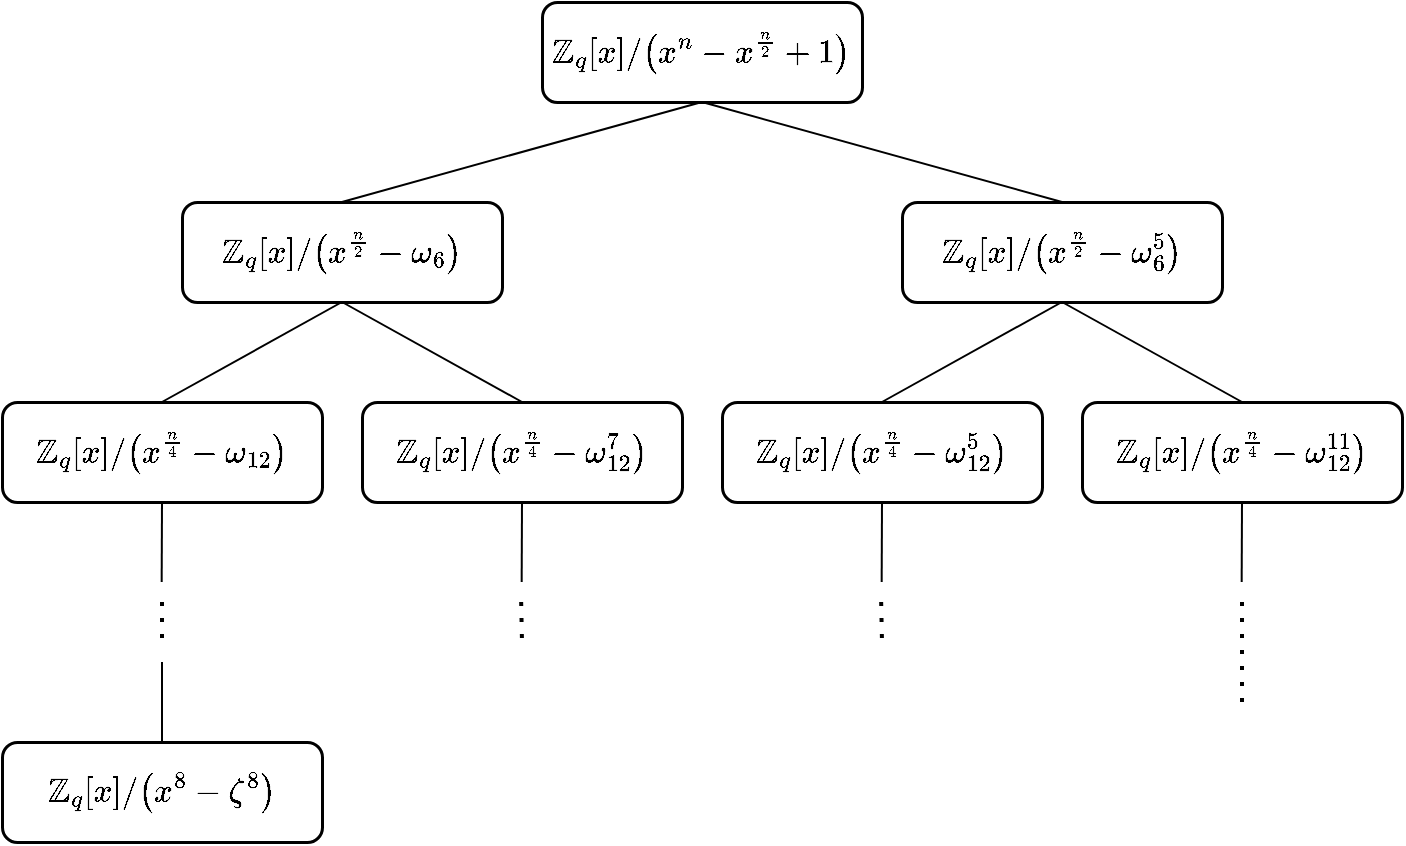
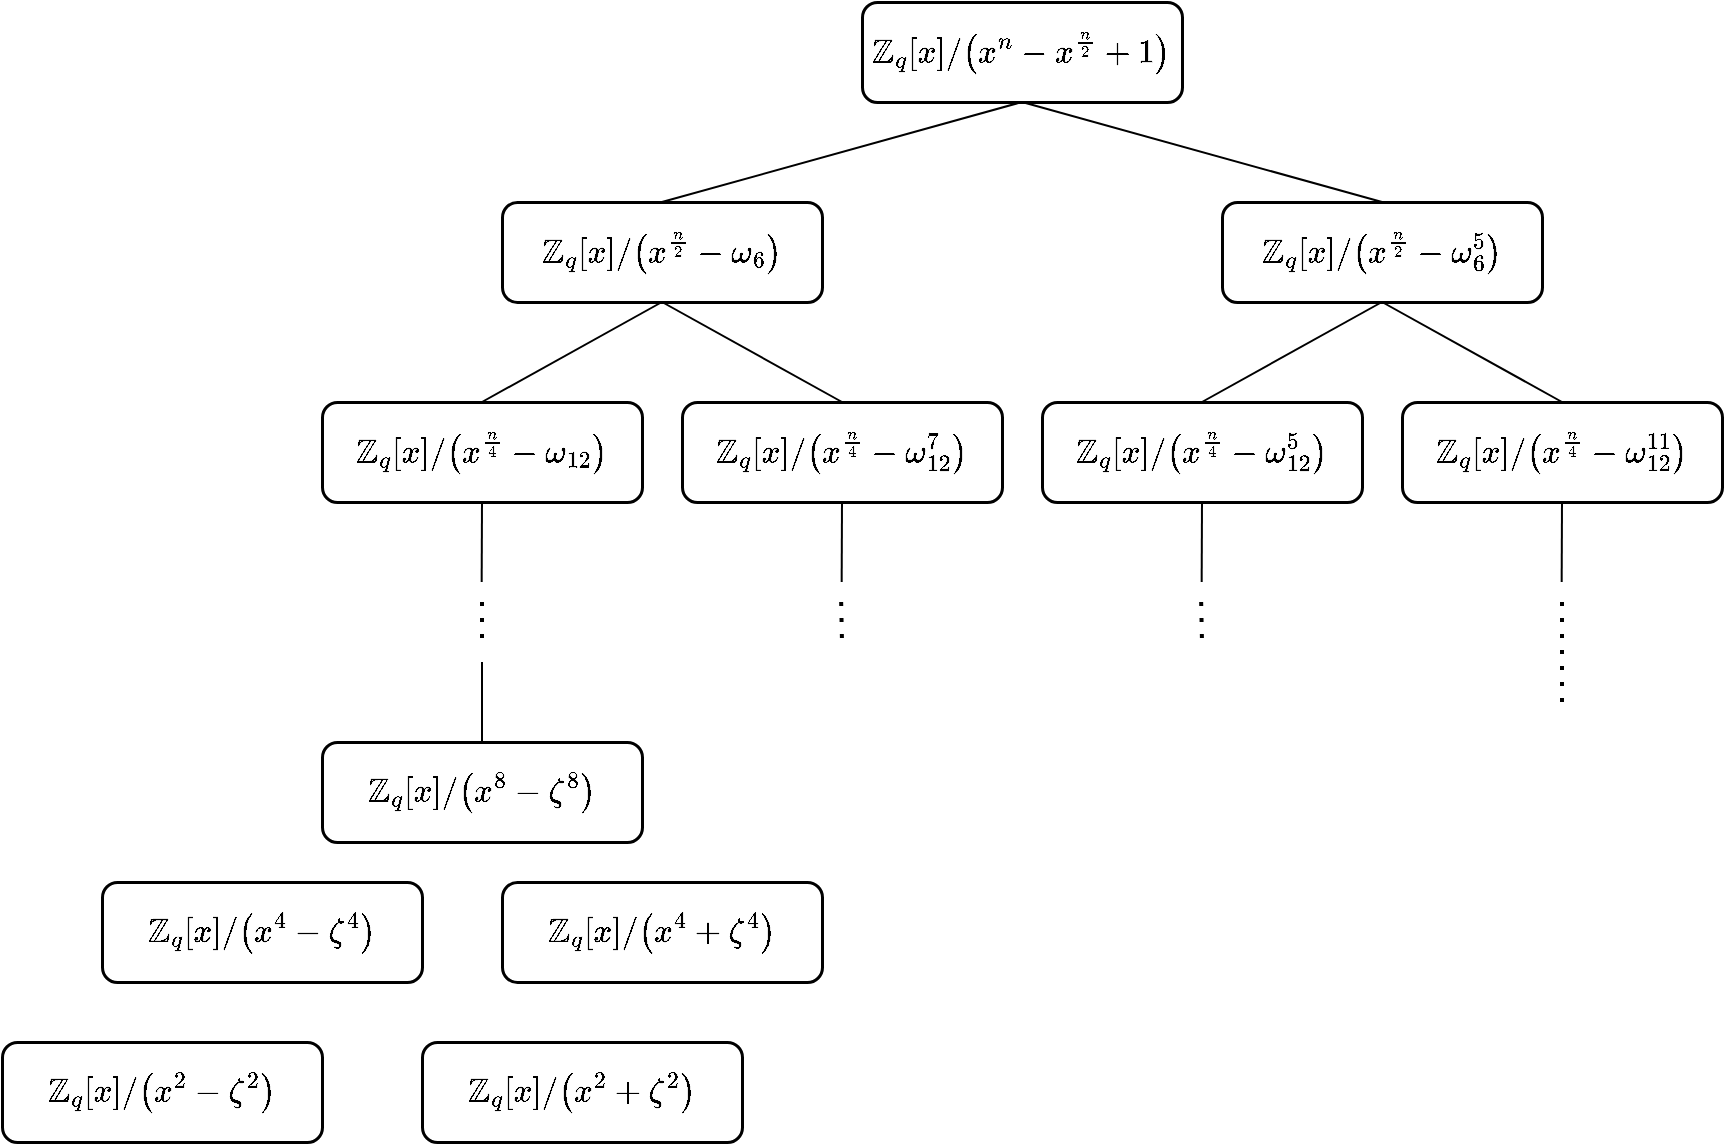
<mxfile host="app.diagrams.net">
  <diagram name="第 1 页" id="r_cadCLkMDmKBiWyYnG-">
    <mxGraphModel dx="1095" dy="708" grid="1" gridSize="10" guides="1" tooltips="1" connect="1" arrows="1" fold="1" page="1" pageScale="1" pageWidth="1600" pageHeight="900" math="1" shadow="0">
      <root>
        <mxCell id="0" />
        <mxCell id="1" parent="0" />
        <mxCell id="RMBLcs9uN_SKzhUv9nPz-4" edge="1" parent="1" style="rounded=0;orthogonalLoop=1;jettySize=auto;html=1;exitX=0.5;exitY=1;exitDx=0;exitDy=0;entryX=0.5;entryY=0;entryDx=0;entryDy=0;endArrow=none;endFill=0;" target="RMBLcs9uN_SKzhUv9nPz-11">
          <mxGeometry relative="1" as="geometry">
            <mxPoint x="620" y="190" as="sourcePoint" />
          </mxGeometry>
        </mxCell>
        <mxCell id="RMBLcs9uN_SKzhUv9nPz-5" edge="1" parent="1" style="edgeStyle=none;shape=connector;rounded=0;orthogonalLoop=1;jettySize=auto;html=1;exitX=0.5;exitY=1;exitDx=0;exitDy=0;entryX=0.5;entryY=0;entryDx=0;entryDy=0;strokeColor=default;align=center;verticalAlign=middle;fontFamily=Helvetica;fontSize=11;fontColor=default;labelBackgroundColor=default;endArrow=none;endFill=0;" target="RMBLcs9uN_SKzhUv9nPz-13">
          <mxGeometry relative="1" as="geometry">
            <mxPoint x="620" y="190" as="sourcePoint" />
          </mxGeometry>
        </mxCell>
        <mxCell id="RMBLcs9uN_SKzhUv9nPz-7" edge="1" parent="1" style="edgeStyle=none;shape=connector;rounded=0;orthogonalLoop=1;jettySize=auto;html=1;exitX=0.5;exitY=1;exitDx=0;exitDy=0;entryX=0.5;entryY=0;entryDx=0;entryDy=0;strokeColor=default;align=center;verticalAlign=middle;fontFamily=Helvetica;fontSize=11;fontColor=default;labelBackgroundColor=default;endArrow=none;endFill=0;" target="RMBLcs9uN_SKzhUv9nPz-15">
          <mxGeometry relative="1" as="geometry">
            <mxPoint x="980" y="190" as="sourcePoint" />
          </mxGeometry>
        </mxCell>
        <mxCell id="RMBLcs9uN_SKzhUv9nPz-8" edge="1" parent="1" style="edgeStyle=none;shape=connector;rounded=0;orthogonalLoop=1;jettySize=auto;html=1;exitX=0.5;exitY=1;exitDx=0;exitDy=0;entryX=0.5;entryY=0;entryDx=0;entryDy=0;strokeColor=default;align=center;verticalAlign=middle;fontFamily=Helvetica;fontSize=11;fontColor=default;labelBackgroundColor=default;endArrow=none;endFill=0;" target="RMBLcs9uN_SKzhUv9nPz-17">
          <mxGeometry relative="1" as="geometry">
            <mxPoint x="980" y="190" as="sourcePoint" />
          </mxGeometry>
        </mxCell>
        <mxCell id="RMBLcs9uN_SKzhUv9nPz-10" edge="1" parent="1" source="RMBLcs9uN_SKzhUv9nPz-11" style="edgeStyle=none;shape=connector;rounded=0;orthogonalLoop=1;jettySize=auto;html=1;exitX=0.5;exitY=1;exitDx=0;exitDy=0;strokeColor=default;align=center;verticalAlign=middle;fontFamily=Helvetica;fontSize=11;fontColor=default;labelBackgroundColor=default;endArrow=none;endFill=0;">
          <mxGeometry relative="1" as="geometry">
            <mxPoint x="529.8333333333335" y="330" as="targetPoint" />
          </mxGeometry>
        </mxCell>
        <mxCell id="RMBLcs9uN_SKzhUv9nPz-11" parent="1" style="rounded=1;whiteSpace=wrap;html=1;strokeWidth=1.5;fontSize=14;" value="`\mathbb{Z}_{q} [x] \/ (x^{n/4} - \omega_12)`" vertex="1">
          <mxGeometry height="50" width="160" x="450" y="240" as="geometry" />
        </mxCell>
        <mxCell id="RMBLcs9uN_SKzhUv9nPz-12" edge="1" parent="1" source="RMBLcs9uN_SKzhUv9nPz-13" style="edgeStyle=none;shape=connector;rounded=0;orthogonalLoop=1;jettySize=auto;html=1;exitX=0.5;exitY=1;exitDx=0;exitDy=0;strokeColor=default;align=center;verticalAlign=middle;fontFamily=Helvetica;fontSize=11;fontColor=default;labelBackgroundColor=default;endArrow=none;endFill=0;">
          <mxGeometry relative="1" as="geometry">
            <mxPoint x="709.8333333333335" y="330" as="targetPoint" />
          </mxGeometry>
        </mxCell>
        <mxCell id="RMBLcs9uN_SKzhUv9nPz-13" parent="1" style="rounded=1;whiteSpace=wrap;html=1;strokeWidth=1.5;fontSize=14;" value="`\mathbb{Z}_{q} [x] \/ (x^{n/4} - \omega_{12}^{7})`" vertex="1">
          <mxGeometry height="50" width="160" x="630" y="240" as="geometry" />
        </mxCell>
        <mxCell id="RMBLcs9uN_SKzhUv9nPz-14" edge="1" parent="1" source="RMBLcs9uN_SKzhUv9nPz-15" style="edgeStyle=none;shape=connector;rounded=0;orthogonalLoop=1;jettySize=auto;html=1;exitX=0.5;exitY=1;exitDx=0;exitDy=0;strokeColor=default;align=center;verticalAlign=middle;fontFamily=Helvetica;fontSize=11;fontColor=default;labelBackgroundColor=default;endArrow=none;endFill=0;">
          <mxGeometry relative="1" as="geometry">
            <mxPoint x="889.8333333333335" y="330" as="targetPoint" />
          </mxGeometry>
        </mxCell>
        <mxCell id="RMBLcs9uN_SKzhUv9nPz-15" parent="1" style="rounded=1;whiteSpace=wrap;html=1;strokeWidth=1.5;fontSize=14;" value="`\mathbb{Z}_{q} [x] \/ (x^{n/4} - \omega_{12}^{5})`" vertex="1">
          <mxGeometry height="50" width="160" x="810" y="240" as="geometry" />
        </mxCell>
        <mxCell id="RMBLcs9uN_SKzhUv9nPz-16" edge="1" parent="1" source="RMBLcs9uN_SKzhUv9nPz-17" style="edgeStyle=none;shape=connector;rounded=0;orthogonalLoop=1;jettySize=auto;html=1;exitX=0.5;exitY=1;exitDx=0;exitDy=0;strokeColor=default;align=center;verticalAlign=middle;fontFamily=Helvetica;fontSize=11;fontColor=default;labelBackgroundColor=default;endArrow=none;endFill=0;">
          <mxGeometry relative="1" as="geometry">
            <mxPoint x="1069.8333333333335" y="330" as="targetPoint" />
          </mxGeometry>
        </mxCell>
        <mxCell id="RMBLcs9uN_SKzhUv9nPz-17" parent="1" style="rounded=1;whiteSpace=wrap;html=1;strokeWidth=1.5;fontSize=14;" value="`\mathbb{Z}_{q} [x] \/ (x^{n/4} - \omega_{12}^{11})`" vertex="1">
          <mxGeometry height="50" width="160" x="990" y="240" as="geometry" />
        </mxCell>
        <mxCell id="RMBLcs9uN_SKzhUv9nPz-18" edge="1" parent="1" style="endArrow=none;dashed=1;html=1;dashPattern=1 3;strokeWidth=2;rounded=0;strokeColor=default;align=center;verticalAlign=middle;fontFamily=Helvetica;fontSize=11;fontColor=default;labelBackgroundColor=default;" value="">
          <mxGeometry height="50" relative="1" width="50" as="geometry">
            <mxPoint x="530" y="340" as="sourcePoint" />
            <mxPoint x="530" y="360" as="targetPoint" />
          </mxGeometry>
        </mxCell>
        <mxCell id="RMBLcs9uN_SKzhUv9nPz-19" edge="1" parent="1" style="endArrow=none;dashed=1;html=1;dashPattern=1 3;strokeWidth=2;rounded=0;strokeColor=default;align=center;verticalAlign=middle;fontFamily=Helvetica;fontSize=11;fontColor=default;labelBackgroundColor=default;" value="">
          <mxGeometry height="50" relative="1" width="50" as="geometry">
            <mxPoint x="709.5799999999999" y="340" as="sourcePoint" />
            <mxPoint x="710" y="360" as="targetPoint" />
          </mxGeometry>
        </mxCell>
        <mxCell id="RMBLcs9uN_SKzhUv9nPz-20" edge="1" parent="1" style="endArrow=none;dashed=1;html=1;dashPattern=1 3;strokeWidth=2;rounded=0;strokeColor=default;align=center;verticalAlign=middle;fontFamily=Helvetica;fontSize=11;fontColor=default;labelBackgroundColor=default;" value="">
          <mxGeometry height="50" relative="1" width="50" as="geometry">
            <mxPoint x="889.5799999999999" y="340" as="sourcePoint" />
            <mxPoint x="890" y="360" as="targetPoint" />
          </mxGeometry>
        </mxCell>
        <mxCell id="RMBLcs9uN_SKzhUv9nPz-21" edge="1" parent="1" style="endArrow=none;dashed=1;html=1;dashPattern=1 3;strokeWidth=2;rounded=0;strokeColor=default;align=center;verticalAlign=middle;fontFamily=Helvetica;fontSize=11;fontColor=default;labelBackgroundColor=default;" value="">
          <mxGeometry height="50" relative="1" width="50" as="geometry">
            <mxPoint x="1070" y="340" as="sourcePoint" />
            <mxPoint x="1070" y="390" as="targetPoint" />
          </mxGeometry>
        </mxCell>
        <mxCell id="RMBLcs9uN_SKzhUv9nPz-24" parent="1" style="rounded=1;whiteSpace=wrap;html=1;strokeWidth=1.5;fontSize=14;" value="`\mathbb{Z}_{q} [x] \/ (x^{8} - \zeta^8)`" vertex="1">
          <mxGeometry height="50" width="160" x="450" y="410" as="geometry" />
        </mxCell>
        <mxCell id="RMBLcs9uN_SKzhUv9nPz-25" edge="1" parent="1" style="edgeStyle=none;shape=connector;rounded=0;orthogonalLoop=1;jettySize=auto;html=1;strokeColor=default;align=center;verticalAlign=middle;fontFamily=Helvetica;fontSize=11;fontColor=default;labelBackgroundColor=default;endArrow=none;endFill=0;entryX=0.5;entryY=0;entryDx=0;entryDy=0;" target="RMBLcs9uN_SKzhUv9nPz-24">
          <mxGeometry relative="1" as="geometry">
            <mxPoint x="530" y="370" as="sourcePoint" />
            <mxPoint x="520" y="410" as="targetPoint" />
          </mxGeometry>
        </mxCell>
        <mxCell id="RMBLcs9uN_SKzhUv9nPz-27" edge="1" parent="1" source="RMBLcs9uN_SKzhUv9nPz-29" style="rounded=0;orthogonalLoop=1;jettySize=auto;html=1;exitX=0.5;exitY=1;exitDx=0;exitDy=0;entryX=0.5;entryY=0;entryDx=0;entryDy=0;endArrow=none;endFill=0;fontSize=14;" target="RMBLcs9uN_SKzhUv9nPz-31">
          <mxGeometry relative="1" as="geometry">
            <mxPoint x="1070" y="160" as="targetPoint" />
          </mxGeometry>
        </mxCell>
        <mxCell id="RMBLcs9uN_SKzhUv9nPz-28" edge="1" parent="1" source="RMBLcs9uN_SKzhUv9nPz-29" style="rounded=0;orthogonalLoop=1;jettySize=auto;html=1;exitX=0.5;exitY=1;exitDx=0;exitDy=0;endArrow=none;endFill=0;entryX=0.5;entryY=0;entryDx=0;entryDy=0;fontSize=14;" target="RMBLcs9uN_SKzhUv9nPz-30">
          <mxGeometry relative="1" as="geometry">
            <mxPoint x="600" y="160" as="targetPoint" />
          </mxGeometry>
        </mxCell>
        <mxCell id="RMBLcs9uN_SKzhUv9nPz-29" parent="1" style="rounded=1;whiteSpace=wrap;html=1;strokeWidth=1.5;fontSize=14;" value="`\mathbb{Z}_{q} [x] \/ (x^n - x^{n/2} + 1)`" vertex="1">
          <mxGeometry height="50" width="160" x="720" y="40" as="geometry" />
        </mxCell>
        <mxCell id="RMBLcs9uN_SKzhUv9nPz-30" parent="1" style="rounded=1;whiteSpace=wrap;html=1;strokeWidth=1.5;fontSize=14;" value="`\mathbb{Z}_{q} [x] \/ (x^{n/2} - \omega_6)`" vertex="1">
          <mxGeometry height="50" width="160" x="540" y="140" as="geometry" />
        </mxCell>
        <mxCell id="RMBLcs9uN_SKzhUv9nPz-31" parent="1" style="rounded=1;whiteSpace=wrap;html=1;strokeWidth=1.5;fontSize=14;" value="`\mathbb{Z}_{q} [x] \/ (x^{n/2} - \omega_{6}^5)`" vertex="1">
          <mxGeometry height="50" width="160" x="900" y="140" as="geometry" />
        </mxCell>
+         <mxCell id="RMBLcs9uN_SKzhUv9nPz-34" parent="1" style="rounded=1;whiteSpace=wrap;html=1;strokeWidth=1.5;fontSize=14;" value="`\mathbb{Z}_{q} [x] \/ (x^{4} + \zeta^4)`" vertex="1">
+           <mxGeometry height="50" width="160" x="540" y="480" as="geometry" />
+         </mxCell>
+         <mxCell id="RMBLcs9uN_SKzhUv9nPz-35" parent="1" style="rounded=1;whiteSpace=wrap;html=1;strokeWidth=1.5;fontSize=14;" value="`\mathbb{Z}_{q} [x] \/ (x^{4} - \zeta^4)`" vertex="1">
+           <mxGeometry height="50" width="160" x="340" y="480" as="geometry" />
+         </mxCell>
+         <mxCell id="RMBLcs9uN_SKzhUv9nPz-36" parent="1" style="rounded=1;whiteSpace=wrap;html=1;strokeWidth=1.5;fontSize=14;" value="`\mathbb{Z}_{q} [x] \/ (x^{2} - \zeta^2)`" vertex="1">
+           <mxGeometry height="50" width="160" x="290" y="560" as="geometry" />
+         </mxCell>
+         <mxCell id="RMBLcs9uN_SKzhUv9nPz-37" parent="1" style="rounded=1;whiteSpace=wrap;html=1;strokeWidth=1.5;fontSize=14;" value="`\mathbb{Z}_{q} [x] \/ (x^{2} + \zeta^2)`" vertex="1">
+           <mxGeometry height="50" width="160" x="500" y="560" as="geometry" />
+         </mxCell>
      </root>
    </mxGraphModel>
  </diagram>
</mxfile>
